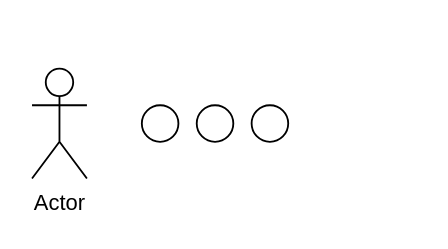
Before: i2i关联推荐.drawio in TimDengx86/diag, a draw.io diagram. Source tidied: cells renumbered, new cells numbered last; positions are measured from the earlier drawing's top-left corner, leaving out a move shared by most shapes. Both pictures are drawn from the tidied source at 183%, with x=0, y=0 at pixel (31, 68).
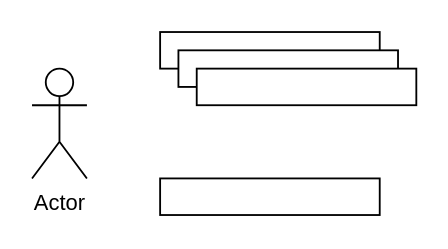
Above is the later version.

Commit message (it also covers changes not shown here):
更新i2i关联推荐.drawio

What changed in the source:
```diff
@@
 <mxGraphModel>
   <root>
     <mxCell id="0" />
     <mxCell id="1" parent="0" />
+    <mxCell id="6" style="rounded=0;whiteSpace=wrap;html=1;" parent="1" vertex="1">
+      <mxGeometry x="70" y="-20" width="120" height="20" as="geometry" />
+    </mxCell>
     <mxCell id="2" value="Actor" style="shape=umlActor;verticalLabelPosition=bottom;verticalAlign=top;html=1;" parent="1" vertex="1">
       <mxGeometry width="30" height="60" as="geometry" />
     </mxCell>
-    <mxCell id="3" style="ellipse;whiteSpace=wrap;html=1;" parent="1" vertex="1">
-      <mxGeometry x="60" y="20" width="20" height="20" as="geometry" />
-    </mxCell>
-    <mxCell id="4" style="ellipse;whiteSpace=wrap;html=1;" parent="1" vertex="1">
-      <mxGeometry x="90" y="20" width="20" height="20" as="geometry" />
-    </mxCell>
-    <mxCell id="5" style="ellipse;whiteSpace=wrap;html=1;" parent="1" vertex="1">
-      <mxGeometry x="120" y="20" width="20" height="20" as="geometry" />
-    </mxCell>
+    <mxCell id="7" style="rounded=0;whiteSpace=wrap;html=1;" parent="1" vertex="1">
+      <mxGeometry x="80" y="-10" width="120" height="20" as="geometry" />
+    </mxCell>
+    <mxCell id="8" style="rounded=0;whiteSpace=wrap;html=1;" parent="1" vertex="1">
+      <mxGeometry x="90" width="120" height="20" as="geometry" />
+    </mxCell>
+    <mxCell id="9" style="rounded=0;whiteSpace=wrap;html=1;" parent="1" vertex="1">
+      <mxGeometry x="70" y="60" width="120" height="20" as="geometry" />
+    </mxCell>
   </root>
 </mxGraphModel>
```
